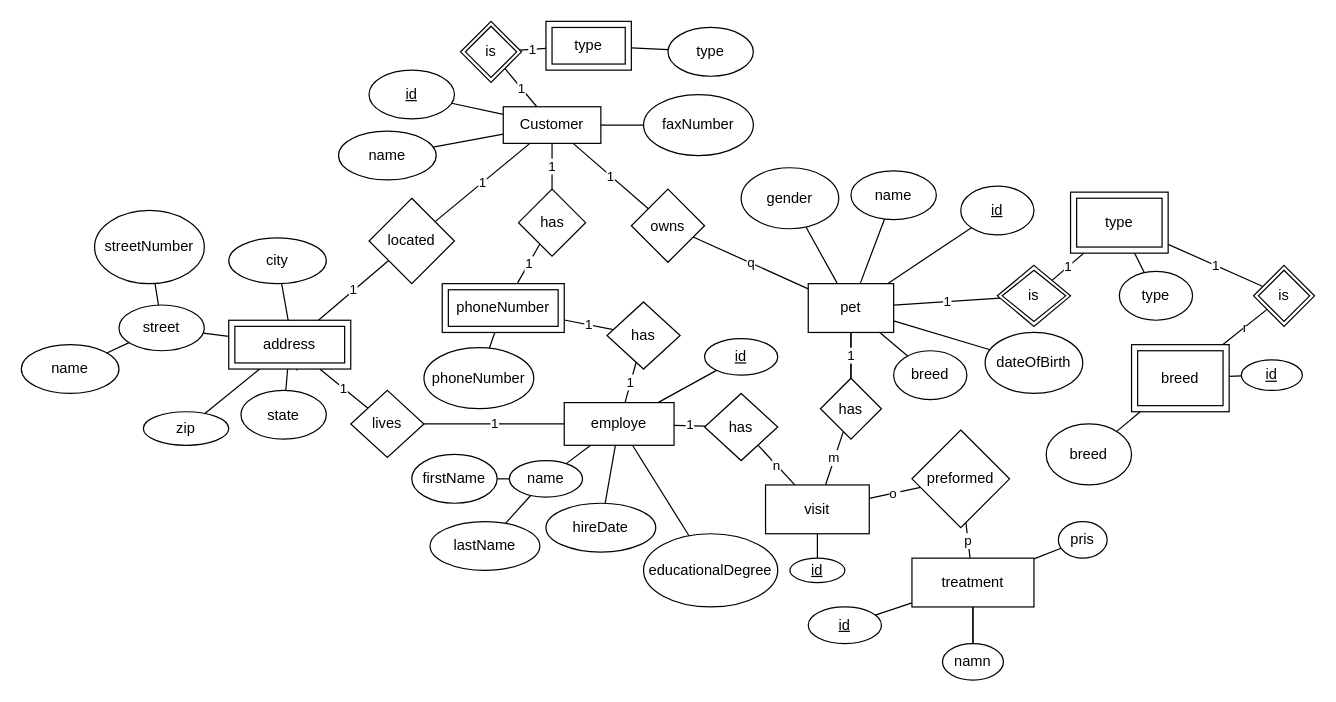
Earlier version of the draw.io diagram webbutveckling/Databaser/Moment2/Untitled Diagram.drawio (EliasEriksson/miun). Source tidied: cells renumbered, new cells numbered last; positions are measured from the earlier drawing's top-left corner, leaving out a move shared by most shapes. Both pictures are drawn from the tidied source at 122%, with x=0, y=0 at pixel (21, 21).
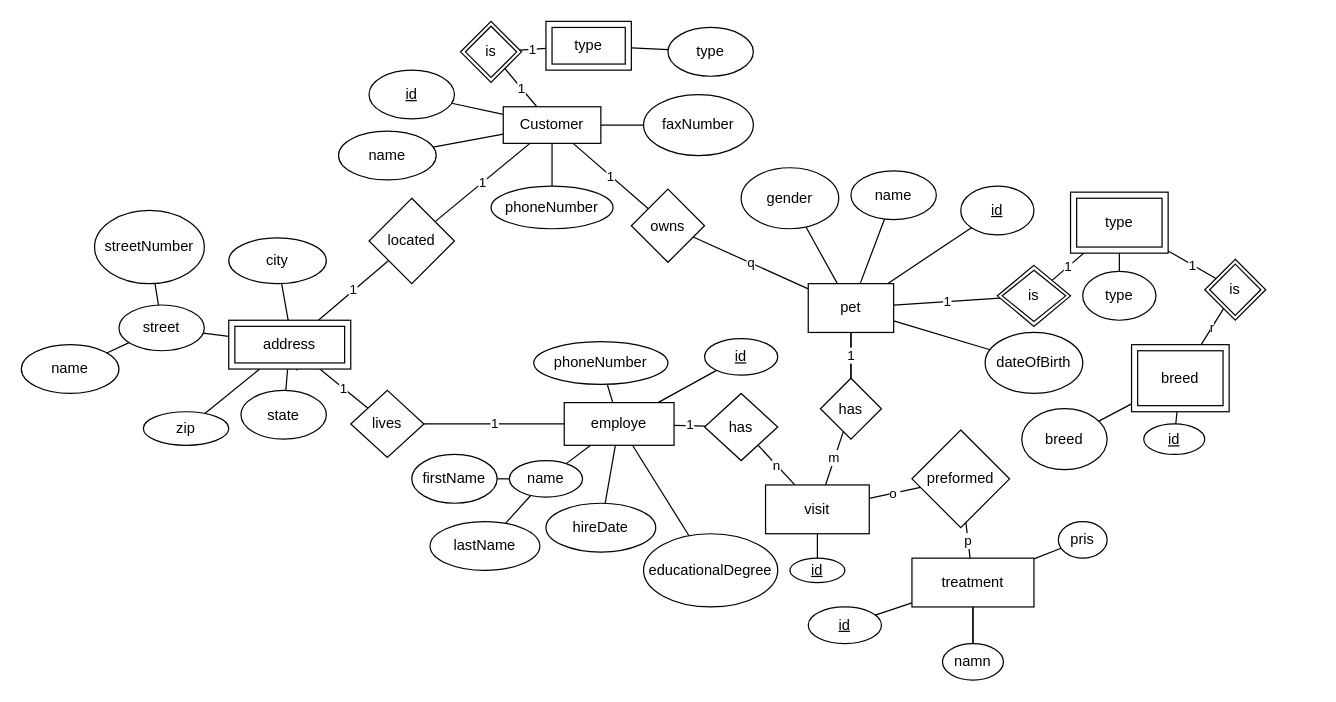
The same page after the edit.

The change refers to these unchanged cells:
```xml
<mxCell id="7" value="Customer" style="rounded=0;whiteSpace=wrap;html=1;" parent="1" vertex="1">
  <mxGeometry x="395" y="70" width="80" height="30" as="geometry" />
</mxCell>
<mxCell id="15" value="pet" style="rounded=0;whiteSpace=wrap;html=1;" parent="1" vertex="1">
  <mxGeometry x="645" y="215" width="70" height="40" as="geometry" />
</mxCell>
<mxCell id="54" value="employe" style="whiteSpace=wrap;html=1;rounded=0;" parent="1" vertex="1">
  <mxGeometry x="445" y="312.5" width="90" height="35" as="geometry" />
</mxCell>
```

The edit, as a diff of the source:
```diff
@@
-    <mxCell id="6" value="1" style="edgeStyle=none;jettySize=auto;html=1;endArrow=none;" parent="1" edge="1" source="7" target="102">
-      <mxGeometry relative="1" as="geometry" />
-    </mxCell>
+    <mxCell id="106" style="edgeStyle=none;jettySize=auto;html=1;endArrow=none;" parent="1" edge="1" source="7" target="109">
+      <mxGeometry relative="1" as="geometry" />
+    </mxCell>
@@
-    <mxCell id="10" style="edgeStyle=none;jettySize=auto;html=1;endArrow=none;" parent="1" edge="1" source="15" target="18">
-      <mxGeometry relative="1" as="geometry" />
-    </mxCell>
@@
-    <mxCell id="18" value="breed" style="ellipse;whiteSpace=wrap;html=1;rounded=0;" parent="1" vertex="1">
-      <mxGeometry x="715" y="270" width="60" height="40" as="geometry" />
-    </mxCell>
@@
     <mxCell id="30" value="is" style="shape=rhombus;double=1;perimeter=rhombusPerimeter;whiteSpace=wrap;html=1;align=center;" parent="1" vertex="1">
-      <mxGeometry x="1010" y="200" width="50" height="50" as="geometry" />
+      <mxGeometry x="970" y="195" width="50" height="50" as="geometry" />
     </mxCell>
     <mxCell id="31" value="type" style="ellipse;whiteSpace=wrap;html=1;" parent="1" vertex="1">
-      <mxGeometry x="900" y="205" width="60" height="40" as="geometry" />
+      <mxGeometry x="870" y="205" width="60" height="40" as="geometry" />
     </mxCell>
     <mxCell id="32" value="breed" style="ellipse;whiteSpace=wrap;html=1;" parent="1" vertex="1">
-      <mxGeometry x="840" y="330" width="70" height="50" as="geometry" />
+      <mxGeometry x="820" y="317.5" width="70" height="50" as="geometry" />
     </mxCell>
@@
+    <mxCell id="107" style="edgeStyle=none;jettySize=auto;html=1;endArrow=none;" parent="1" edge="1" source="54" target="108">
+      <mxGeometry relative="1" as="geometry" />
+    </mxCell>
@@
-    <mxCell id="92" style="edgeStyle=none;jettySize=auto;html=1;endArrow=none;" parent="1" edge="1" source="94" target="95">
-      <mxGeometry relative="1" as="geometry" />
-    </mxCell>
-    <mxCell id="93" value="1" style="edgeStyle=none;jettySize=auto;html=1;endArrow=none;" parent="1" edge="1" source="94" target="102">
-      <mxGeometry relative="1" as="geometry" />
-    </mxCell>
-    <mxCell id="94" value="phoneNumber" style="shape=ext;margin=3;double=1;whiteSpace=wrap;html=1;align=center;" parent="1" vertex="1">
-      <mxGeometry x="345" y="215" width="100" height="40" as="geometry" />
-    </mxCell>
-    <mxCell id="95" value="phoneNumber" style="ellipse;whiteSpace=wrap;html=1;" parent="1" vertex="1">
-      <mxGeometry x="330" y="267.5" width="90" height="50" as="geometry" />
-    </mxCell>
@@
-    <mxCell id="99" value="1" style="edgeStyle=none;jettySize=auto;html=1;endArrow=none;" parent="1" edge="1" source="101" target="94">
-      <mxGeometry relative="1" as="geometry" />
-    </mxCell>
-    <mxCell id="100" value="1" style="edgeStyle=none;jettySize=auto;html=1;endArrow=none;" parent="1" edge="1" source="101" target="54">
-      <mxGeometry relative="1" as="geometry" />
-    </mxCell>
-    <mxCell id="101" value="has" style="rhombus;whiteSpace=wrap;html=1;" parent="1" vertex="1">
-      <mxGeometry x="480" y="230" width="60" height="55" as="geometry" />
-    </mxCell>
-    <mxCell id="102" value="has" style="rhombus;whiteSpace=wrap;html=1;" parent="1" vertex="1">
-      <mxGeometry x="407.5" y="137.5" width="55" height="55" as="geometry" />
-    </mxCell>
@@
     <mxCell id="105" value="&lt;u&gt;id&lt;/u&gt;" style="ellipse;whiteSpace=wrap;html=1;" parent="1" vertex="1">
-      <mxGeometry x="1000" y="277.5" width="50" height="25" as="geometry" />
+      <mxGeometry x="920" y="330" width="50" height="25" as="geometry" />
     </mxCell>
+    <mxCell id="108" value="phoneNumber" style="ellipse;whiteSpace=wrap;html=1;" parent="1" vertex="1">
+      <mxGeometry x="420" y="262.5" width="110" height="35" as="geometry" />
+    </mxCell>
+    <mxCell id="109" value="phoneNumber" style="ellipse;whiteSpace=wrap;html=1;" parent="1" vertex="1">
+      <mxGeometry x="385" y="135" width="100" height="35" as="geometry" />
+    </mxCell>
```
